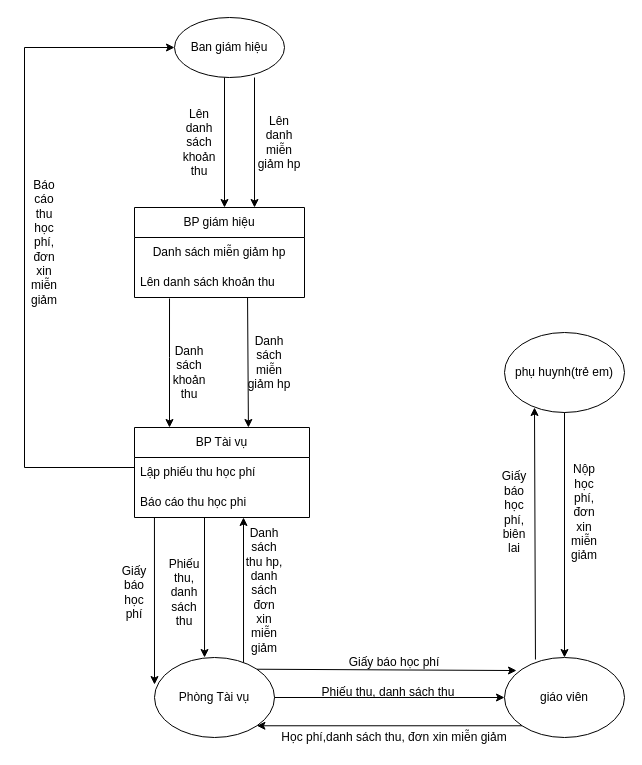
Earlier version of the draw.io diagram Untitled Diagram.drawio (duyquyen20062000/cv). Source tidied: cells renumbered, new cells numbered last; positions are measured from the earlier drawing's top-left corner, leaving out a move shared by most shapes. Both pictures are drawn from the tidied source at 100%, with x=0, y=0 at pixel (24, 17).
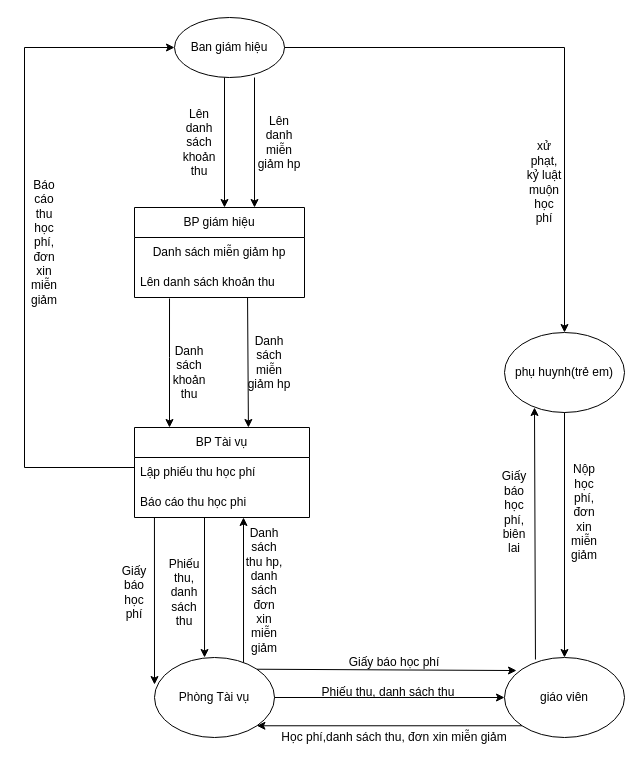
Above is the later version.

The change refers to these unchanged cells:
```xml
<mxCell id="5" value="Ban giám hiệu" style="ellipse;whiteSpace=wrap;html=1;" parent="1" vertex="1">
  <mxGeometry x="150" width="110" height="60" as="geometry" />
</mxCell>
<mxCell id="6" value="phụ huynh(trẻ em)" style="ellipse;whiteSpace=wrap;html=1;" parent="1" vertex="1">
  <mxGeometry x="480" y="315" width="120" height="80" as="geometry" />
</mxCell>
```

What changed in the source:
```diff
@@
+    <mxCell id="40" style="endArrow=none;html=1;rounded=0;exitX=1;exitY=0.5;exitDx=0;exitDy=0;" parent="1" edge="1" source="5">
+      <mxGeometry relative="1" as="geometry">
+        <mxPoint x="540" y="30" as="targetPoint" />
+      </mxGeometry>
+    </mxCell>
+    <mxCell id="41" style="endArrow=classic;html=1;rounded=0;entryX=0.5;entryY=0;entryDx=0;entryDy=0;" parent="1" edge="1" target="6">
+      <mxGeometry relative="1" as="geometry">
+        <mxPoint x="540" y="30" as="sourcePoint" />
+      </mxGeometry>
+    </mxCell>
+    <mxCell id="42" value="xử phạt, kỷ luật muộn học phí" style="text;html=1;strokeColor=none;fillColor=none;align=center;verticalAlign=middle;whiteSpace=wrap;rounded=0;" parent="1" vertex="1">
+      <mxGeometry x="500" y="50" width="40" height="230" as="geometry" />
+    </mxCell>
```
